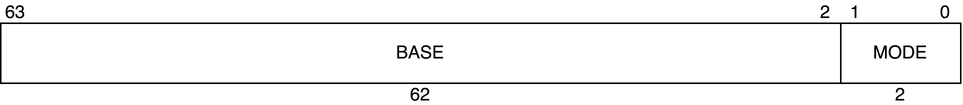
nananapo/veryl-riscv-book keeps this draw.io diagram as basic/images/21-impl-interrupt/mtvec.png. Above is the earlier version. Source tidied: cells renumbered, new cells last; positions are measured from the earlier drawing's top-left corner, leaving out a move shared by most shapes.
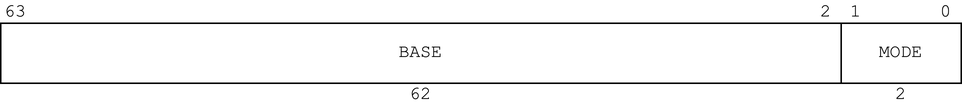
Later version of the same file.

The edit, as a diff of the source:
```diff
@@ -2,37 +2,37 @@
   <root>
     <mxCell id="0" />
     <mxCell id="1" parent="0" />
-    <mxCell id="2" style="rounded=0;whiteSpace=wrap;html=1;" parent="1" vertex="1">
+    <mxCell id="2" style="rounded=0;whiteSpace=wrap;html=1;fontFamily=Courier New;" parent="1" vertex="1">
       <mxGeometry y="15" width="640" height="40" as="geometry" />
     </mxCell>
-    <mxCell id="3" value="0" style="text;html=1;align=center;verticalAlign=middle;whiteSpace=wrap;rounded=0;" parent="1" vertex="1">
+    <mxCell id="3" value="0" style="text;html=1;align=center;verticalAlign=middle;whiteSpace=wrap;rounded=0;fontFamily=Courier New;" parent="1" vertex="1">
       <mxGeometry x="620" width="20" height="15" as="geometry" />
     </mxCell>
-    <mxCell id="4" value="63" style="text;html=1;align=center;verticalAlign=middle;whiteSpace=wrap;rounded=0;" parent="1" vertex="1">
+    <mxCell id="4" value="63" style="text;html=1;align=center;verticalAlign=middle;whiteSpace=wrap;rounded=0;fontFamily=Courier New;" parent="1" vertex="1">
       <mxGeometry width="20" height="15" as="geometry" />
     </mxCell>
-    <mxCell id="5" value="62" style="text;html=1;align=center;verticalAlign=middle;whiteSpace=wrap;rounded=0;" parent="1" vertex="1">
+    <mxCell id="5" value="62" style="text;html=1;align=center;verticalAlign=middle;whiteSpace=wrap;rounded=0;fontFamily=Courier New;" parent="1" vertex="1">
       <mxGeometry x="270" y="55" width="20" height="15" as="geometry" />
     </mxCell>
-    <mxCell id="6" style="endArrow=none;html=1;rounded=0;" parent="1" edge="1">
+    <mxCell id="6" style="endArrow=none;html=1;rounded=0;fontFamily=Courier New;" parent="1" edge="1">
       <mxGeometry relative="1" as="geometry">
         <mxPoint x="560" y="55" as="sourcePoint" />
         <mxPoint x="560" y="15" as="targetPoint" />
       </mxGeometry>
     </mxCell>
-    <mxCell id="7" value="1" style="text;html=1;align=center;verticalAlign=middle;whiteSpace=wrap;rounded=0;" parent="1" vertex="1">
+    <mxCell id="7" value="1" style="text;html=1;align=center;verticalAlign=middle;whiteSpace=wrap;rounded=0;fontFamily=Courier New;" parent="1" vertex="1">
       <mxGeometry x="560" width="20" height="15" as="geometry" />
     </mxCell>
-    <mxCell id="8" value="2" style="text;html=1;align=center;verticalAlign=middle;whiteSpace=wrap;rounded=0;" parent="1" vertex="1">
+    <mxCell id="8" value="2" style="text;html=1;align=center;verticalAlign=middle;whiteSpace=wrap;rounded=0;fontFamily=Courier New;" parent="1" vertex="1">
       <mxGeometry x="540" width="20" height="15" as="geometry" />
     </mxCell>
-    <mxCell id="9" value="2" style="text;html=1;align=center;verticalAlign=middle;whiteSpace=wrap;rounded=0;" parent="1" vertex="1">
+    <mxCell id="9" value="2" style="text;html=1;align=center;verticalAlign=middle;whiteSpace=wrap;rounded=0;fontFamily=Courier New;" parent="1" vertex="1">
       <mxGeometry x="590" y="55" width="20" height="15" as="geometry" />
     </mxCell>
-    <mxCell id="10" value="BASE" style="text;html=1;align=center;verticalAlign=middle;whiteSpace=wrap;rounded=0;" parent="1" vertex="1">
+    <mxCell id="10" value="BASE" style="text;html=1;align=center;verticalAlign=middle;whiteSpace=wrap;rounded=0;fontFamily=Courier New;" parent="1" vertex="1">
       <mxGeometry x="270" y="27.5" width="20" height="15" as="geometry" />
     </mxCell>
-    <mxCell id="11" value="MODE" style="text;html=1;align=center;verticalAlign=middle;whiteSpace=wrap;rounded=0;" parent="1" vertex="1">
+    <mxCell id="11" value="MODE" style="text;html=1;align=center;verticalAlign=middle;whiteSpace=wrap;rounded=0;fontFamily=Courier New;" parent="1" vertex="1">
       <mxGeometry x="590" y="27.5" width="20" height="15" as="geometry" />
     </mxCell>
   </root>
```
